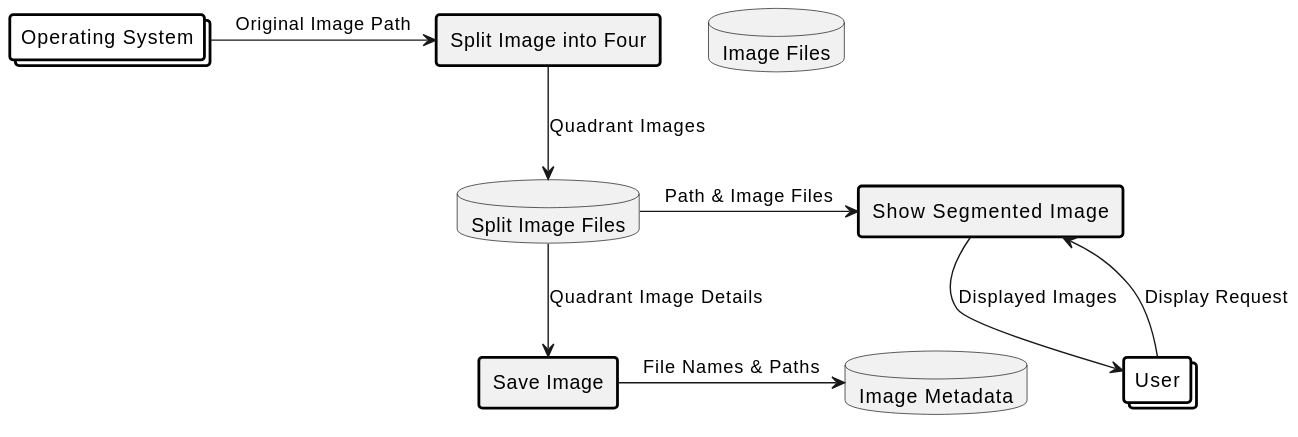
ISL-INTELLIGENT-SYSTEMS-LAB/Dataset_Class_Equalizer keeps this PlantUML diagram as dataflow_diagrams/dataset_expander.svg. Above is the earlier version.
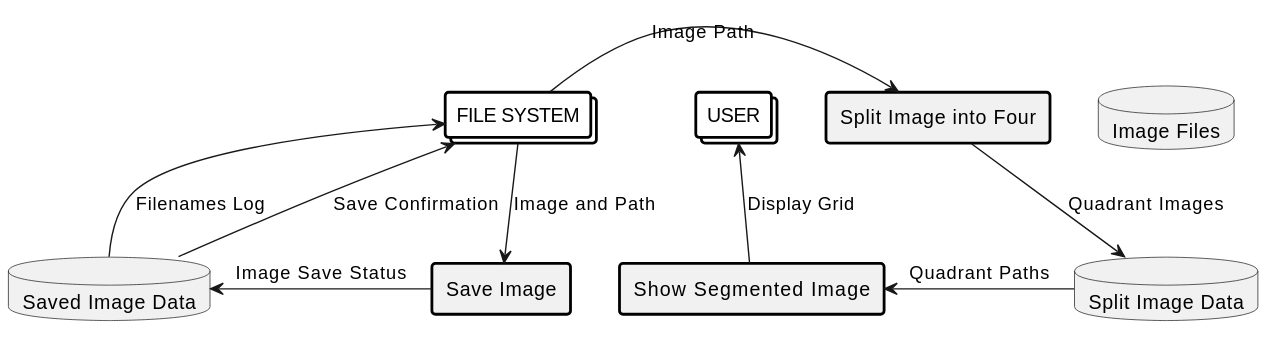
Later version of the same file.

Diff of the diagram source:
```diff
@@ -13,22 +13,24 @@
     ArrowColor Black
 }
 
-collections "Operating System" as OS
-collections "User" as User
+collections User as "USER"
+collections FileSystem as "FILE SYSTEM"
 
 rectangle "Save Image" as SaveImage
 rectangle "Split Image into Four" as SplitImage
 rectangle "Show Segmented Image" as ShowImage
 
+database "Saved Image Data" as SavedData
+database "Split Image Data" as SplitData
 database "Image Files" as ImageFiles
-database "Split Image Files" as SplitFiles
-database "Image Metadata" as ImageMeta
 
-OS -right-> SplitImage : "Original Image Path"
-SplitImage -down-> SplitFiles : "Quadrant Images"
-SplitFiles -down-> SaveImage : "Quadrant Image Details"
-SplitFiles -right-> ShowImage : "Path & Image Files"
-SaveImage -left-> ImageMeta : "File Names & Paths"
-User -left-> ShowImage : "Display Request"
-ShowImage -down-> User : "Displayed Images"
+FileSystem -right-> SplitImage : "Image Path"
+SplitImage -down-> SplitData : "Quadrant Images"
+SplitData -left-> ShowImage : "Quadrant Paths"
+ShowImage -up-> User : "Display Grid"
+
+FileSystem -down-> SaveImage : "Image and Path"
+SaveImage -left-> SavedData : "Image Save Status"
+SavedData -up-> FileSystem : "Save Confirmation"
+SavedData -down-> FileSystem : "Filenames Log"
 @enduml
```
